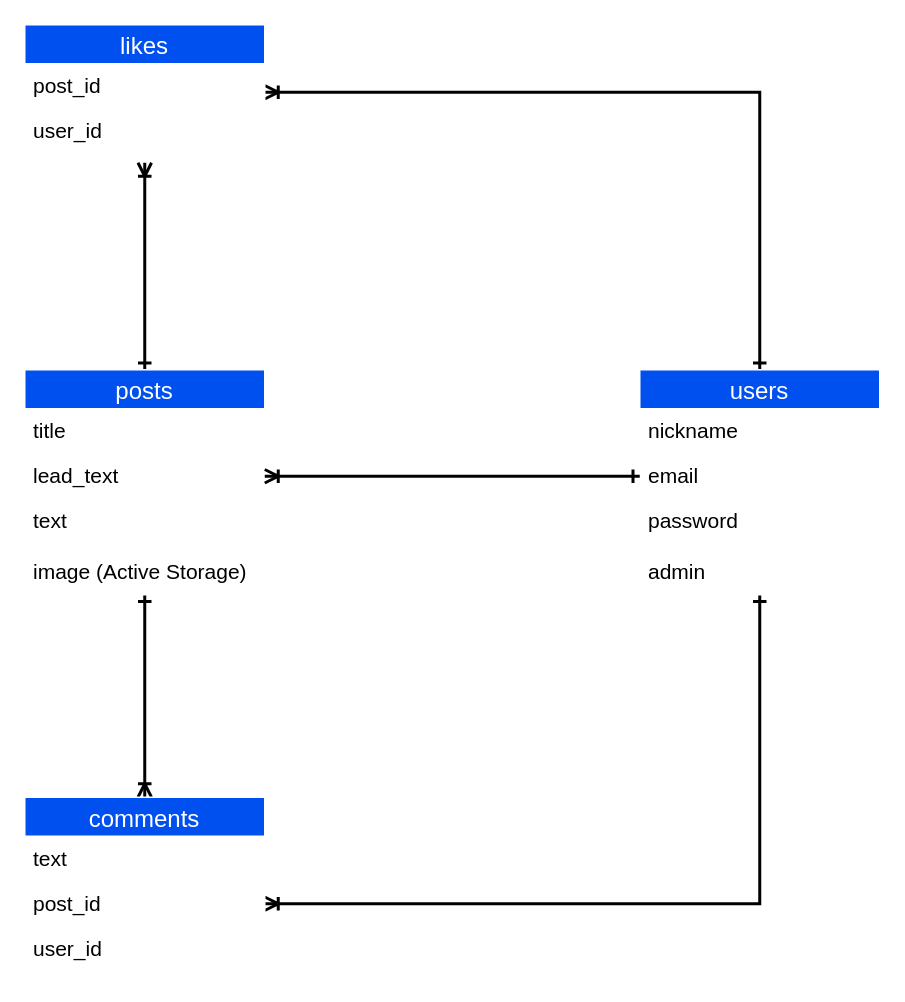
This is ER.dio from Koux99/ThereIs, a draw.io file, before an edit. Source tidied: cells renumbered, new cells numbered last; positions are measured from the earlier drawing's top-left corner, leaving out a move shared by most shapes. Both pictures are drawn from the tidied source at 150%, with x=0, y=0 at pixel (24, 24).
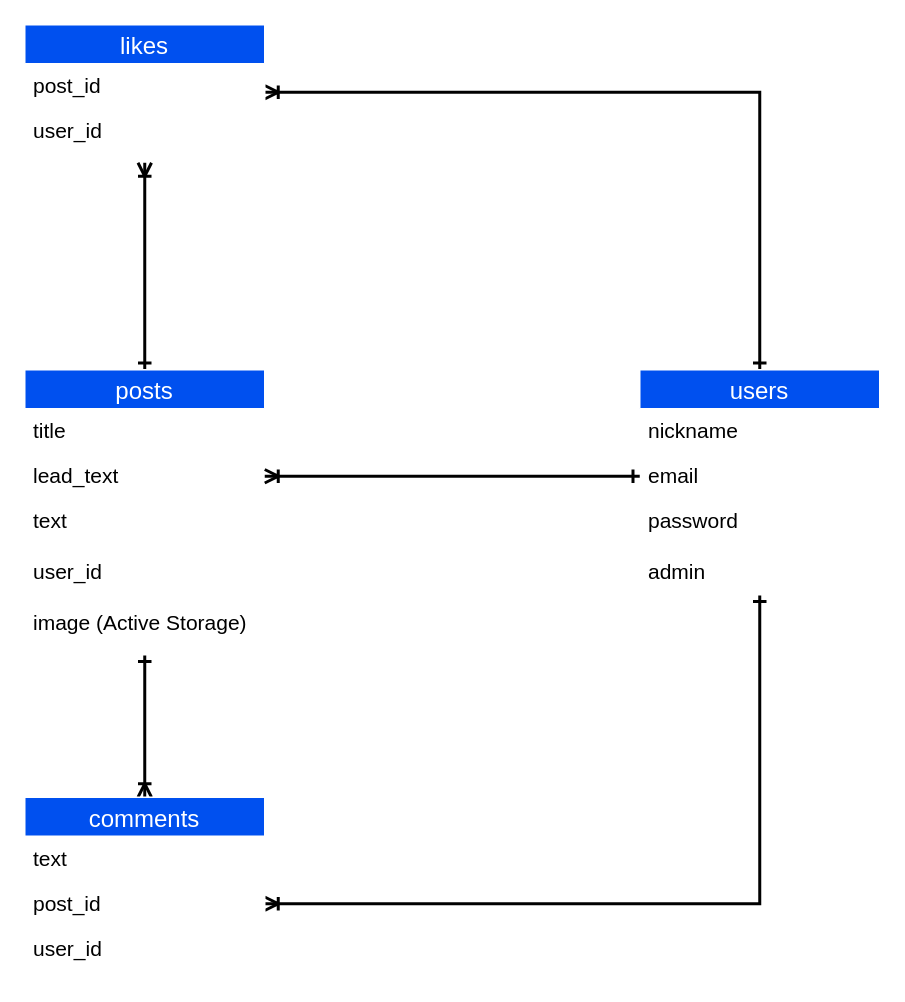
Above is the later version.

Diff of the diagram source:
```diff
@@
     <mxCell id="4" value="posts" style="swimlane;fontStyle=0;horizontal=1;startSize=26;align=center;fontSize=16;fillColor=#0050ef;fontColor=#ffffff;strokeColor=#FFFFFF;" parent="1" vertex="1">
-      <mxGeometry y="230" width="160" height="150" as="geometry" />
+      <mxGeometry y="230" width="160" height="190" as="geometry" />
     </mxCell>
@@
-    <mxCell id="7" value="text&#10;&#10;image (Active Storage)" style="text;strokeColor=none;fillColor=none;spacingLeft=4;spacingRight=4;overflow=hidden;fontSize=14;" parent="4" vertex="1">
-      <mxGeometry y="86" width="160" height="64" as="geometry" />
+    <mxCell id="7" value="text&#10;&#10;user_id &#10;&#10;image (Active Storage)" style="text;strokeColor=none;fillColor=none;spacingLeft=4;spacingRight=4;overflow=hidden;fontSize=14;" parent="4" vertex="1">
+      <mxGeometry y="86" width="160" height="104" as="geometry" />
     </mxCell>
```
